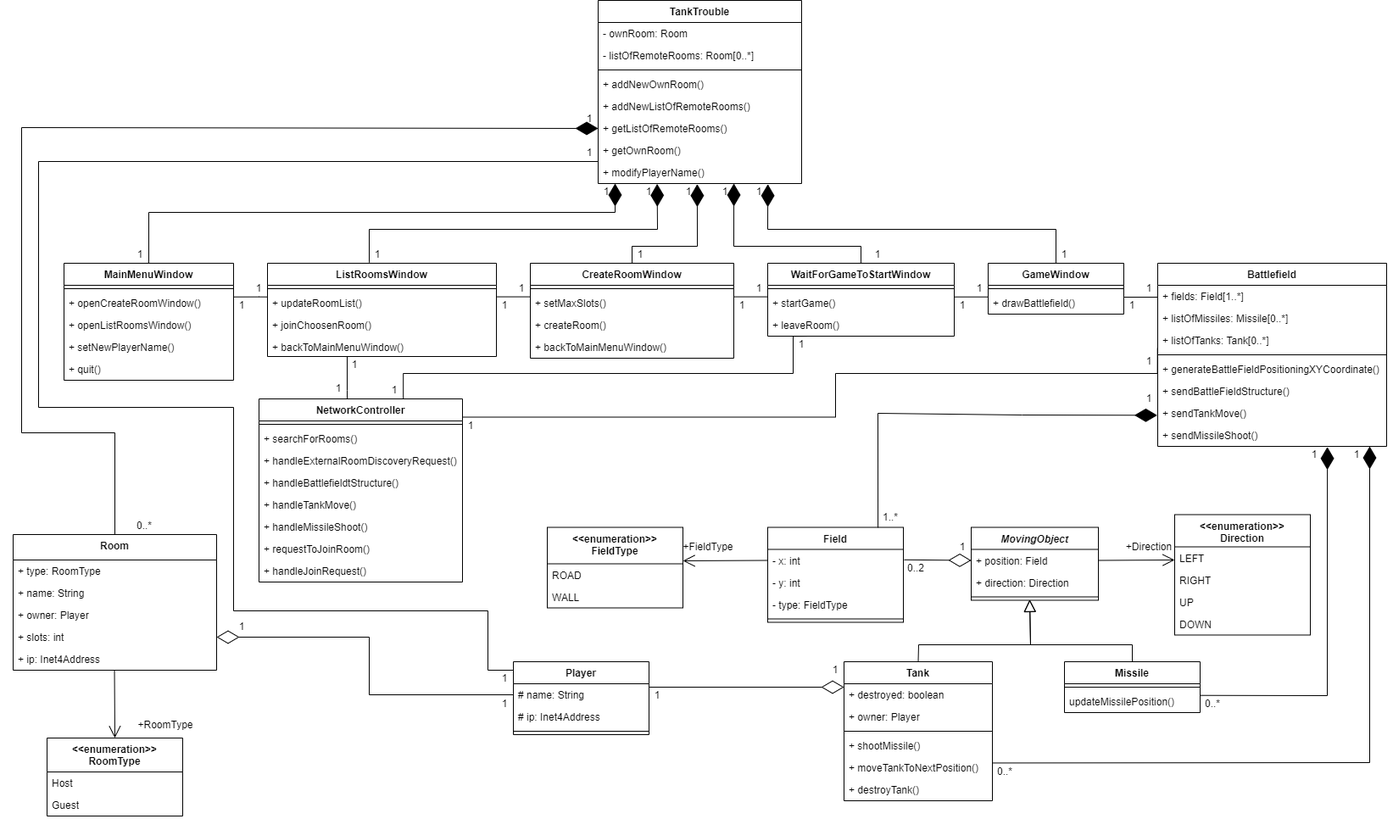
Above: docs/osztalydiagram.png in Residuum22/TankTroubleBME (draw.io), before the change. Source tidied: cells renumbered, new cells last; positions are measured from the earlier drawing's top-left corner, leaving out a move shared by most shapes.
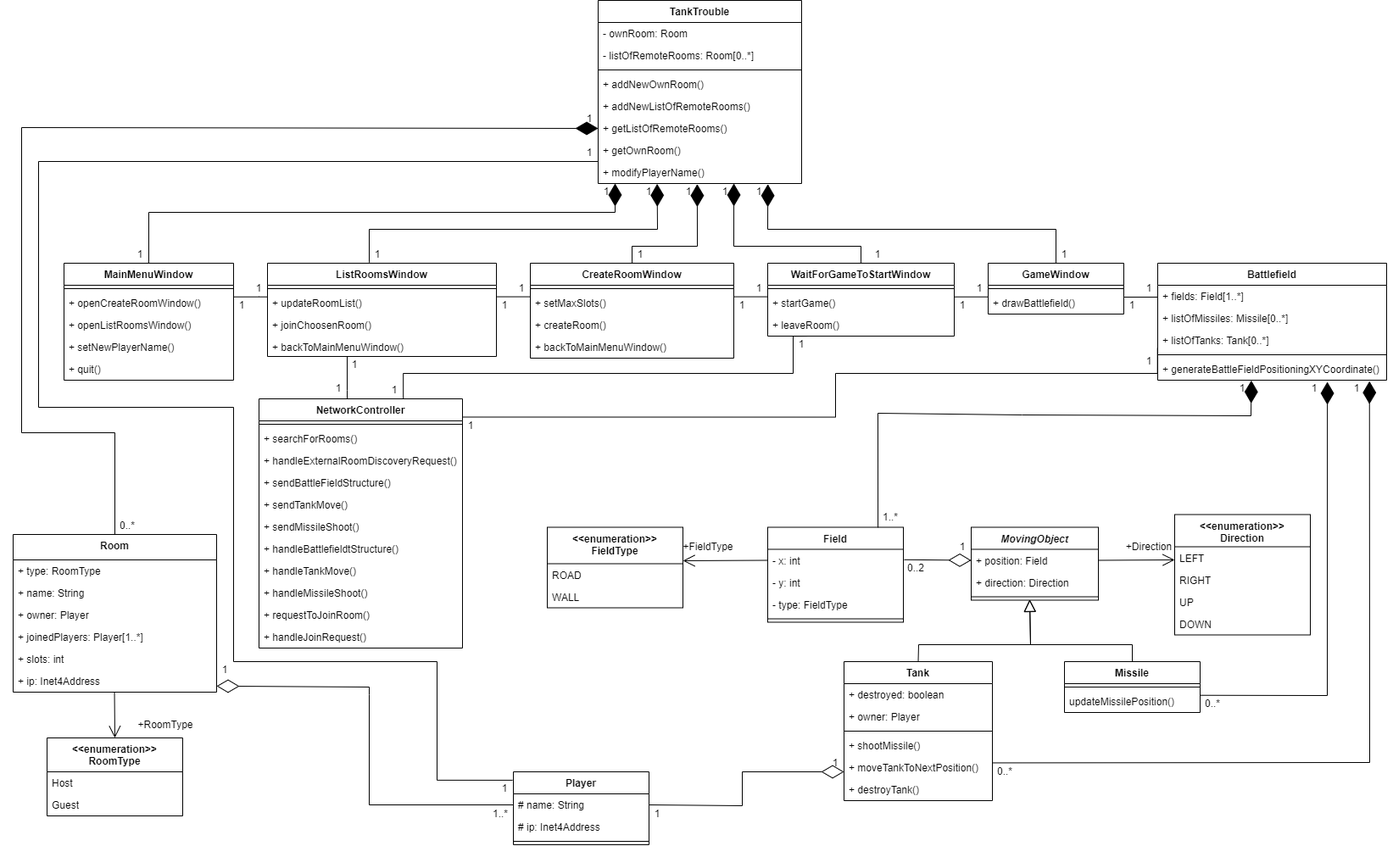
Later version of the same file.

Commit message:
"UML Diagram updated"

What changed in the source:
```diff
@@ -51,7 +51,7 @@
       <mxGeometry y="86" width="270" height="24" as="geometry" />
     </mxCell>
     <mxCell id="18" value="NetworkController" style="swimlane;fontStyle=1;align=center;verticalAlign=top;horizontal=1;startSize=26;" parent="1" vertex="1">
-      <mxGeometry x="290" y="470" width="240" height="216" as="geometry" />
+      <mxGeometry x="290" y="470" width="240" height="294" as="geometry" />
     </mxCell>
     <mxCell id="19" style="line;strokeWidth=1;fillColor=none;align=left;verticalAlign=middle;spacingTop=-1;spacingLeft=3;spacingRight=3;labelPosition=right;" parent="18" vertex="1">
       <mxGeometry y="26" width="240" height="8" as="geometry" />
@@ -62,20 +62,29 @@
     <mxCell id="21" value="+ handleExternalRoomDiscoveryRequest()" style="text;strokeColor=none;fillColor=none;align=left;verticalAlign=top;spacingLeft=4;spacingRight=4;overflow=hidden;" parent="18" vertex="1">
       <mxGeometry y="60" width="240" height="26" as="geometry" />
     </mxCell>
+    <mxCell id="75" value="+ sendBattleFieldStructure()" style="text;strokeColor=none;fillColor=none;align=left;verticalAlign=top;spacingLeft=4;spacingRight=4;overflow=hidden;" parent="18" vertex="1">
+      <mxGeometry y="86" width="240" height="26" as="geometry" />
+    </mxCell>
+    <mxCell id="76" value="+ sendTankMove()" style="text;strokeColor=none;fillColor=none;align=left;verticalAlign=top;spacingLeft=4;spacingRight=4;overflow=hidden;points=[[0,0.5],[1,0.5]];portConstraint=eastwest;" parent="18" vertex="1">
+      <mxGeometry y="112" width="240" height="26" as="geometry" />
+    </mxCell>
+    <mxCell id="77" value="+ sendMissileShoot()" style="text;strokeColor=none;fillColor=none;align=left;verticalAlign=top;spacingLeft=4;spacingRight=4;overflow=hidden;points=[[0,0.5],[1,0.5]];portConstraint=eastwest;" parent="18" vertex="1">
+      <mxGeometry y="138" width="240" height="26" as="geometry" />
+    </mxCell>
     <mxCell id="22" value="+ handleBattlefieldtStructure()" style="text;strokeColor=none;fillColor=none;align=left;verticalAlign=top;spacingLeft=4;spacingRight=4;overflow=hidden;" parent="18" vertex="1">
-      <mxGeometry y="86" width="240" height="26" as="geometry" />
+      <mxGeometry y="164" width="240" height="26" as="geometry" />
     </mxCell>
     <mxCell id="23" value="+ handleTankMove()" style="text;strokeColor=none;fillColor=none;align=left;verticalAlign=top;spacingLeft=4;spacingRight=4;overflow=hidden;" parent="18" vertex="1">
-      <mxGeometry y="112" width="240" height="26" as="geometry" />
+      <mxGeometry y="190" width="240" height="26" as="geometry" />
     </mxCell>
     <mxCell id="24" value="+ handleMissileShoot()" style="text;strokeColor=none;fillColor=none;align=left;verticalAlign=top;spacingLeft=4;spacingRight=4;overflow=hidden;" parent="18" vertex="1">
-      <mxGeometry y="138" width="240" height="26" as="geometry" />
+      <mxGeometry y="216" width="240" height="26" as="geometry" />
     </mxCell>
     <mxCell id="25" value="+ requestToJoinRoom()" style="text;strokeColor=none;fillColor=none;align=left;verticalAlign=top;spacingLeft=4;spacingRight=4;overflow=hidden;" parent="18" vertex="1">
-      <mxGeometry y="164" width="240" height="26" as="geometry" />
+      <mxGeometry y="242" width="240" height="26" as="geometry" />
     </mxCell>
     <mxCell id="26" value="+ handleJoinRequest()" style="text;strokeColor=none;fillColor=none;align=left;verticalAlign=top;spacingLeft=4;spacingRight=4;overflow=hidden;" parent="18" vertex="1">
-      <mxGeometry y="190" width="240" height="26" as="geometry" />
+      <mxGeometry y="268" width="240" height="26" as="geometry" />
     </mxCell>
     <mxCell id="27" value="WaitForGameToStartWindow" style="swimlane;fontStyle=1;align=center;verticalAlign=top;horizontal=1;startSize=26;" parent="1" vertex="1">
       <mxGeometry x="890" y="310" width="220" height="86" as="geometry" />
@@ -90,7 +99,7 @@
       <mxGeometry y="60" width="220" height="26" as="geometry" />
     </mxCell>
     <mxCell id="31" value="Room" style="swimlane;fontStyle=1;align=center;verticalAlign=top;horizontal=1;startSize=30;" parent="1" vertex="1">
-      <mxGeometry y="630" width="240" height="160" as="geometry" />
+      <mxGeometry y="630" width="240" height="186" as="geometry" />
     </mxCell>
     <mxCell id="32" value="+ type: RoomType" style="text;strokeColor=none;fillColor=none;align=left;verticalAlign=top;spacingLeft=4;spacingRight=4;overflow=hidden;" parent="31" vertex="1">
       <mxGeometry y="30" width="240" height="26" as="geometry" />
@@ -101,11 +110,14 @@
     <mxCell id="34" value="+ owner: Player" style="text;strokeColor=none;fillColor=none;align=left;verticalAlign=top;spacingLeft=4;spacingRight=4;overflow=hidden;" parent="31" vertex="1">
       <mxGeometry y="82" width="240" height="26" as="geometry" />
     </mxCell>
+    <mxCell id="163" value="+ joinedPlayers: Player[1..*]" style="text;strokeColor=none;fillColor=none;align=left;verticalAlign=top;spacingLeft=4;spacingRight=4;overflow=hidden;" parent="31" vertex="1">
+      <mxGeometry y="108" width="240" height="26" as="geometry" />
+    </mxCell>
     <mxCell id="35" value="+ slots: int" style="text;strokeColor=none;fillColor=none;align=left;verticalAlign=top;spacingLeft=4;spacingRight=4;overflow=hidden;points=[[0,0.5],[1,0.5]];portConstraint=eastwest;" parent="31" vertex="1">
-      <mxGeometry y="108" width="240" height="26" as="geometry" />
+      <mxGeometry y="134" width="240" height="26" as="geometry" />
     </mxCell>
     <mxCell id="36" value="+ ip: Inet4Address" style="text;strokeColor=none;fillColor=none;align=left;verticalAlign=top;spacingLeft=4;spacingRight=4;overflow=hidden;points=[[0,0.5],[1,0.5]];portConstraint=eastwest;" parent="31" vertex="1">
-      <mxGeometry y="134" width="240" height="26" as="geometry" />
+      <mxGeometry y="160" width="240" height="26" as="geometry" />
     </mxCell>
     <mxCell id="37" value="&lt;&lt;enumeration&gt;&gt;&#10;RoomType" style="swimlane;fontStyle=1;align=center;verticalAlign=top;horizontal=1;startSize=40;" parent="1" vertex="1">
       <mxGeometry x="40" y="870" width="160" height="92" as="geometry" />
@@ -206,7 +218,7 @@
       <mxGeometry y="34" width="160" height="26" as="geometry" />
     </mxCell>
     <mxCell id="69" value="Battlefield" style="swimlane;fontStyle=1;align=center;verticalAlign=top;horizontal=1;startSize=26;" parent="1" vertex="1">
-      <mxGeometry x="1350" y="310" width="270" height="216" as="geometry" />
+      <mxGeometry x="1350" y="310" width="270" height="138" as="geometry" />
     </mxCell>
     <mxCell id="70" value="+ fields: Field[1..*]" style="text;strokeColor=none;fillColor=none;align=left;verticalAlign=top;spacingLeft=4;spacingRight=4;overflow=hidden;" parent="69" vertex="1">
       <mxGeometry y="26" width="270" height="26" as="geometry" />
@@ -223,15 +235,6 @@
     <mxCell id="74" value="+ generateBattleFieldPositioningXYCoordinate()" style="text;strokeColor=none;fillColor=none;align=left;verticalAlign=top;spacingLeft=4;spacingRight=4;overflow=hidden;points=[[0,0.5],[1,0.5]];portConstraint=eastwest;" parent="69" vertex="1">
       <mxGeometry y="112" width="270" height="26" as="geometry" />
     </mxCell>
-    <mxCell id="75" value="+ sendBattleFieldStructure()" style="text;strokeColor=none;fillColor=none;align=left;verticalAlign=top;spacingLeft=4;spacingRight=4;overflow=hidden;" parent="69" vertex="1">
-      <mxGeometry y="138" width="270" height="26" as="geometry" />
-    </mxCell>
-    <mxCell id="76" value="+ sendTankMove()" style="text;strokeColor=none;fillColor=none;align=left;verticalAlign=top;spacingLeft=4;spacingRight=4;overflow=hidden;points=[[0,0.5],[1,0.5]];portConstraint=eastwest;" parent="69" vertex="1">
-      <mxGeometry y="164" width="270" height="26" as="geometry" />
-    </mxCell>
-    <mxCell id="77" value="+ sendMissileShoot()" style="text;strokeColor=none;fillColor=none;align=left;verticalAlign=top;spacingLeft=4;spacingRight=4;overflow=hidden;points=[[0,0.5],[1,0.5]];portConstraint=eastwest;" parent="69" vertex="1">
-      <mxGeometry y="190" width="270" height="26" as="geometry" />
-    </mxCell>
     <mxCell id="78" value="Field" style="swimlane;fontStyle=1;align=center;verticalAlign=top;horizontal=1;startSize=26;" parent="1" vertex="1">
       <mxGeometry x="890" y="621.5" width="160" height="112" as="geometry" />
     </mxCell>
@@ -266,7 +269,7 @@
       <mxGeometry y="34" width="160" height="26" as="geometry" />
     </mxCell>
     <mxCell id="89" value="Player" style="swimlane;fontStyle=1;align=center;verticalAlign=top;horizontal=1;startSize=26;" parent="1" vertex="1">
-      <mxGeometry x="590" y="780" width="160" height="86" as="geometry" />
+      <mxGeometry x="590" y="910" width="160" height="86" as="geometry" />
     </mxCell>
     <mxCell id="90" value="# name: String" style="text;strokeColor=none;fillColor=none;align=left;verticalAlign=top;spacingLeft=4;spacingRight=4;overflow=hidden;points=[[0,0.5],[1,0.5]];portConstraint=eastwest;" parent="89" vertex="1">
       <mxGeometry y="26" width="160" height="26" as="geometry" />
@@ -283,31 +286,14 @@
     <mxCell id="94" value="+RoomType" style="text;html=1;strokeColor=none;fillColor=none;align=center;verticalAlign=middle;whiteSpace=wrap;rounded=0;" parent="1" vertex="1">
       <mxGeometry x="150" y="840" width="60" height="30" as="geometry" />
     </mxCell>
-    <mxCell id="95" style="endArrow=diamondThin;endFill=0;endSize=24;html=1;rounded=0;exitX=0;exitY=0.5;exitDx=0;exitDy=0;entryX=1;entryY=0.5;entryDx=0;entryDy=0;" parent="1" edge="1" source="90" target="35">
-      <mxGeometry relative="1" as="geometry">
-        <Array as="points">
-          <mxPoint x="420" y="819" />
-          <mxPoint x="420" y="751" />
-        </Array>
-      </mxGeometry>
-    </mxCell>
-    <mxCell id="96" value="1" style="text;html=1;strokeColor=none;fillColor=none;align=center;verticalAlign=middle;whiteSpace=wrap;rounded=0;" parent="1" vertex="1">
-      <mxGeometry x="260" y="728.5" width="20" height="20" as="geometry" />
-    </mxCell>
-    <mxCell id="97" value="1" style="text;html=1;strokeColor=none;fillColor=none;align=center;verticalAlign=middle;whiteSpace=wrap;rounded=0;" parent="1" vertex="1">
-      <mxGeometry x="570" y="820" width="20" height="20" as="geometry" />
+    <mxCell id="97" value="1..*" style="text;html=1;strokeColor=none;fillColor=none;align=center;verticalAlign=middle;whiteSpace=wrap;rounded=0;" parent="1" vertex="1">
+      <mxGeometry x="560" y="950" width="30" height="20" as="geometry" />
     </mxCell>
-    <mxCell id="98" style="endArrow=diamondThin;endFill=0;endSize=24;html=1;rounded=0;" parent="1" edge="1">
-      <mxGeometry relative="1" as="geometry">
-        <mxPoint x="750" y="810" as="sourcePoint" />
-        <mxPoint x="980" y="810" as="targetPoint" />
-      </mxGeometry>
-    </mxCell>
     <mxCell id="99" value="1" style="text;html=1;strokeColor=none;fillColor=none;align=center;verticalAlign=middle;whiteSpace=wrap;rounded=0;" parent="1" vertex="1">
-      <mxGeometry x="750" y="810" width="20" height="20" as="geometry" />
+      <mxGeometry x="750" y="950" width="20" height="20" as="geometry" />
     </mxCell>
     <mxCell id="100" value="1" style="text;html=1;strokeColor=none;fillColor=none;align=center;verticalAlign=middle;whiteSpace=wrap;rounded=0;" parent="1" vertex="1">
-      <mxGeometry x="960" y="780" width="20" height="20" as="geometry" />
+      <mxGeometry x="960" y="890" width="20" height="20" as="geometry" />
     </mxCell>
     <mxCell id="101" style="endArrow=block;endFill=0;endSize=12;html=1;rounded=0;entryX=0.46;entryY=0.893;entryDx=0;entryDy=0;entryPerimeter=0;exitX=0.5;exitY=0;exitDx=0;exitDy=0;" parent="1" edge="1" source="59" target="53">
       <mxGeometry relative="1" as="geometry">
@@ -493,11 +479,12 @@
     <mxCell id="139" value="1" style="text;html=1;strokeColor=none;fillColor=none;align=center;verticalAlign=middle;whiteSpace=wrap;rounded=0;" parent="1" vertex="1">
       <mxGeometry x="1330" y="330" width="20" height="20" as="geometry" />
     </mxCell>
-    <mxCell id="140" style="endArrow=diamondThin;endFill=1;endSize=24;html=1;rounded=0;entryX=-0.002;entryY=0.59;entryDx=0;entryDy=0;entryPerimeter=0;exitX=0.813;exitY=0.003;exitDx=0;exitDy=0;exitPerimeter=0;" parent="1" edge="1" source="78" target="76">
+    <mxCell id="140" style="endArrow=diamondThin;endFill=1;endSize=24;html=1;rounded=0;entryX=0.409;entryY=1.013;entryDx=0;entryDy=0;exitX=0.813;exitY=0.003;exitDx=0;exitDy=0;exitPerimeter=0;entryPerimeter=0;" parent="1" edge="1" source="78" target="74">
       <mxGeometry relative="1" as="geometry">
         <Array as="points">
           <mxPoint x="1020" y="487" />
           <mxPoint x="1190" y="489" />
+          <mxPoint x="1460" y="490" />
         </Array>
       </mxGeometry>
     </mxCell>
@@ -505,9 +492,9 @@
       <mxGeometry x="1020" y="600" width="30" height="20" as="geometry" />
     </mxCell>
     <mxCell id="142" value="1" style="text;html=1;strokeColor=none;fillColor=none;align=center;verticalAlign=middle;whiteSpace=wrap;rounded=0;" parent="1" vertex="1">
-      <mxGeometry x="1330" y="460" width="20" height="20" as="geometry" />
+      <mxGeometry x="1440" y="448" width="20" height="20" as="geometry" />
     </mxCell>
-    <mxCell id="143" style="endArrow=diamondThin;endFill=1;endSize=24;html=1;rounded=0;exitX=0.999;exitY=0.22;exitDx=0;exitDy=0;exitPerimeter=0;entryX=0.741;entryY=1.029;entryDx=0;entryDy=0;entryPerimeter=0;" parent="1" edge="1" source="68" target="77">
+    <mxCell id="143" style="endArrow=diamondThin;endFill=1;endSize=24;html=1;rounded=0;exitX=0.999;exitY=0.22;exitDx=0;exitDy=0;exitPerimeter=0;entryX=0.741;entryY=1.077;entryDx=0;entryDy=0;entryPerimeter=0;" parent="1" edge="1" source="68" target="74">
       <mxGeometry relative="1" as="geometry">
         <Array as="points">
           <mxPoint x="1550" y="820" />
@@ -515,12 +502,12 @@
       </mxGeometry>
     </mxCell>
     <mxCell id="144" value="1" style="text;html=1;strokeColor=none;fillColor=none;align=center;verticalAlign=middle;whiteSpace=wrap;rounded=0;" parent="1" vertex="1">
-      <mxGeometry x="1520" y="526" width="30" height="20" as="geometry" />
+      <mxGeometry x="1520" y="448" width="30" height="20" as="geometry" />
     </mxCell>
     <mxCell id="145" value="0..*" style="text;html=1;strokeColor=none;fillColor=none;align=center;verticalAlign=middle;whiteSpace=wrap;rounded=0;" parent="1" vertex="1">
       <mxGeometry x="1400" y="820" width="30" height="20" as="geometry" />
     </mxCell>
-    <mxCell id="146" style="endArrow=diamondThin;endFill=1;endSize=24;html=1;rounded=0;entryX=1;entryY=0;entryDx=0;entryDy=0;exitX=1;exitY=0.286;exitDx=0;exitDy=0;exitPerimeter=0;" parent="1" edge="1" source="64" target="148">
+    <mxCell id="146" style="endArrow=diamondThin;endFill=1;endSize=24;html=1;rounded=0;entryX=0.925;entryY=1.046;entryDx=0;entryDy=0;exitX=1;exitY=0.286;exitDx=0;exitDy=0;exitPerimeter=0;entryPerimeter=0;" parent="1" edge="1" source="64" target="74">
       <mxGeometry relative="1" as="geometry">
         <Array as="points">
           <mxPoint x="1600" y="899" />
@@ -531,7 +518,7 @@
       <mxGeometry x="1155" y="900" width="30" height="20" as="geometry" />
     </mxCell>
     <mxCell id="148" value="1" style="text;html=1;strokeColor=none;fillColor=none;align=center;verticalAlign=middle;whiteSpace=wrap;rounded=0;" parent="1" vertex="1">
-      <mxGeometry x="1570" y="526" width="30" height="20" as="geometry" />
+      <mxGeometry x="1570" y="448" width="30" height="20" as="geometry" />
     </mxCell>
     <mxCell id="149" value="1" style="text;html=1;strokeColor=none;fillColor=none;align=center;verticalAlign=middle;whiteSpace=wrap;rounded=0;" parent="1" vertex="1">
       <mxGeometry x="393" y="420" width="20" height="20" as="geometry" />
@@ -582,27 +569,46 @@
       <mxGeometry x="670" y="130" width="20" height="20" as="geometry" />
     </mxCell>
     <mxCell id="159" value="0..*" style="text;html=1;strokeColor=none;fillColor=none;align=center;verticalAlign=middle;whiteSpace=wrap;rounded=0;" parent="1" vertex="1">
-      <mxGeometry x="140" y="610" width="30" height="20" as="geometry" />
+      <mxGeometry x="120" y="610" width="30" height="20" as="geometry" />
     </mxCell>
-    <mxCell id="160" style="endArrow=none;html=1;edgeStyle=orthogonalEdgeStyle;rounded=0;exitX=0;exitY=0.5;exitDx=0;exitDy=0;" parent="1" edge="1" source="47">
+    <mxCell id="160" style="endArrow=none;html=1;edgeStyle=orthogonalEdgeStyle;rounded=0;exitX=0;exitY=0.5;exitDx=0;exitDy=0;entryX=-0.006;entryY=0.115;entryDx=0;entryDy=0;entryPerimeter=0;" parent="1" edge="1" source="47" target="89">
       <mxGeometry relative="1" as="geometry">
-        <mxPoint x="590" y="790" as="targetPoint" />
         <Array as="points">
           <mxPoint x="690" y="190" />
           <mxPoint x="30" y="190" />
           <mxPoint x="30" y="480" />
           <mxPoint x="260" y="480" />
-          <mxPoint x="260" y="720" />
-          <mxPoint x="560" y="720" />
-          <mxPoint x="560" y="790" />
+          <mxPoint x="260" y="780" />
+          <mxPoint x="500" y="780" />
+          <mxPoint x="500" y="920" />
         </Array>
       </mxGeometry>
     </mxCell>
     <mxCell id="161" value="1" style="text;html=1;strokeColor=none;fillColor=none;align=center;verticalAlign=middle;whiteSpace=wrap;rounded=0;" parent="1" vertex="1">
-      <mxGeometry x="570" y="790" width="20" height="20" as="geometry" />
+      <mxGeometry x="570" y="920" width="20" height="20" as="geometry" />
     </mxCell>
     <mxCell id="162" value="1" style="text;html=1;strokeColor=none;fillColor=none;align=center;verticalAlign=middle;whiteSpace=wrap;rounded=0;" parent="1" vertex="1">
       <mxGeometry x="670" y="170" width="20" height="20" as="geometry" />
     </mxCell>
+    <mxCell id="164" style="endArrow=diamondThin;endFill=0;endSize=24;html=1;rounded=0;exitX=1;exitY=0.5;exitDx=0;exitDy=0;entryX=1;entryY=1;entryDx=0;entryDy=0;" parent="1" edge="1" source="90" target="100">
+      <mxGeometry relative="1" as="geometry">
+        <Array as="points">
+          <mxPoint x="860" y="950" />
+          <mxPoint x="860" y="910" />
+        </Array>
+      </mxGeometry>
+    </mxCell>
+    <mxCell id="165" style="endArrow=diamondThin;endFill=0;endSize=24;html=1;rounded=0;exitX=0;exitY=0.5;exitDx=0;exitDy=0;entryX=1;entryY=0.726;entryDx=0;entryDy=0;entryPerimeter=0;" parent="1" edge="1" source="90" target="36">
+      <mxGeometry relative="1" as="geometry">
+        <Array as="points">
+          <mxPoint x="420" y="949" />
+          <mxPoint x="420" y="819" />
+          <mxPoint x="420" y="810" />
+        </Array>
+      </mxGeometry>
+    </mxCell>
+    <mxCell id="96" value="1" style="text;html=1;strokeColor=none;fillColor=none;align=center;verticalAlign=middle;whiteSpace=wrap;rounded=0;" parent="1" vertex="1">
+      <mxGeometry x="240" y="780" width="20" height="20" as="geometry" />
+    </mxCell>
   </root>
 </mxGraphModel>
```
